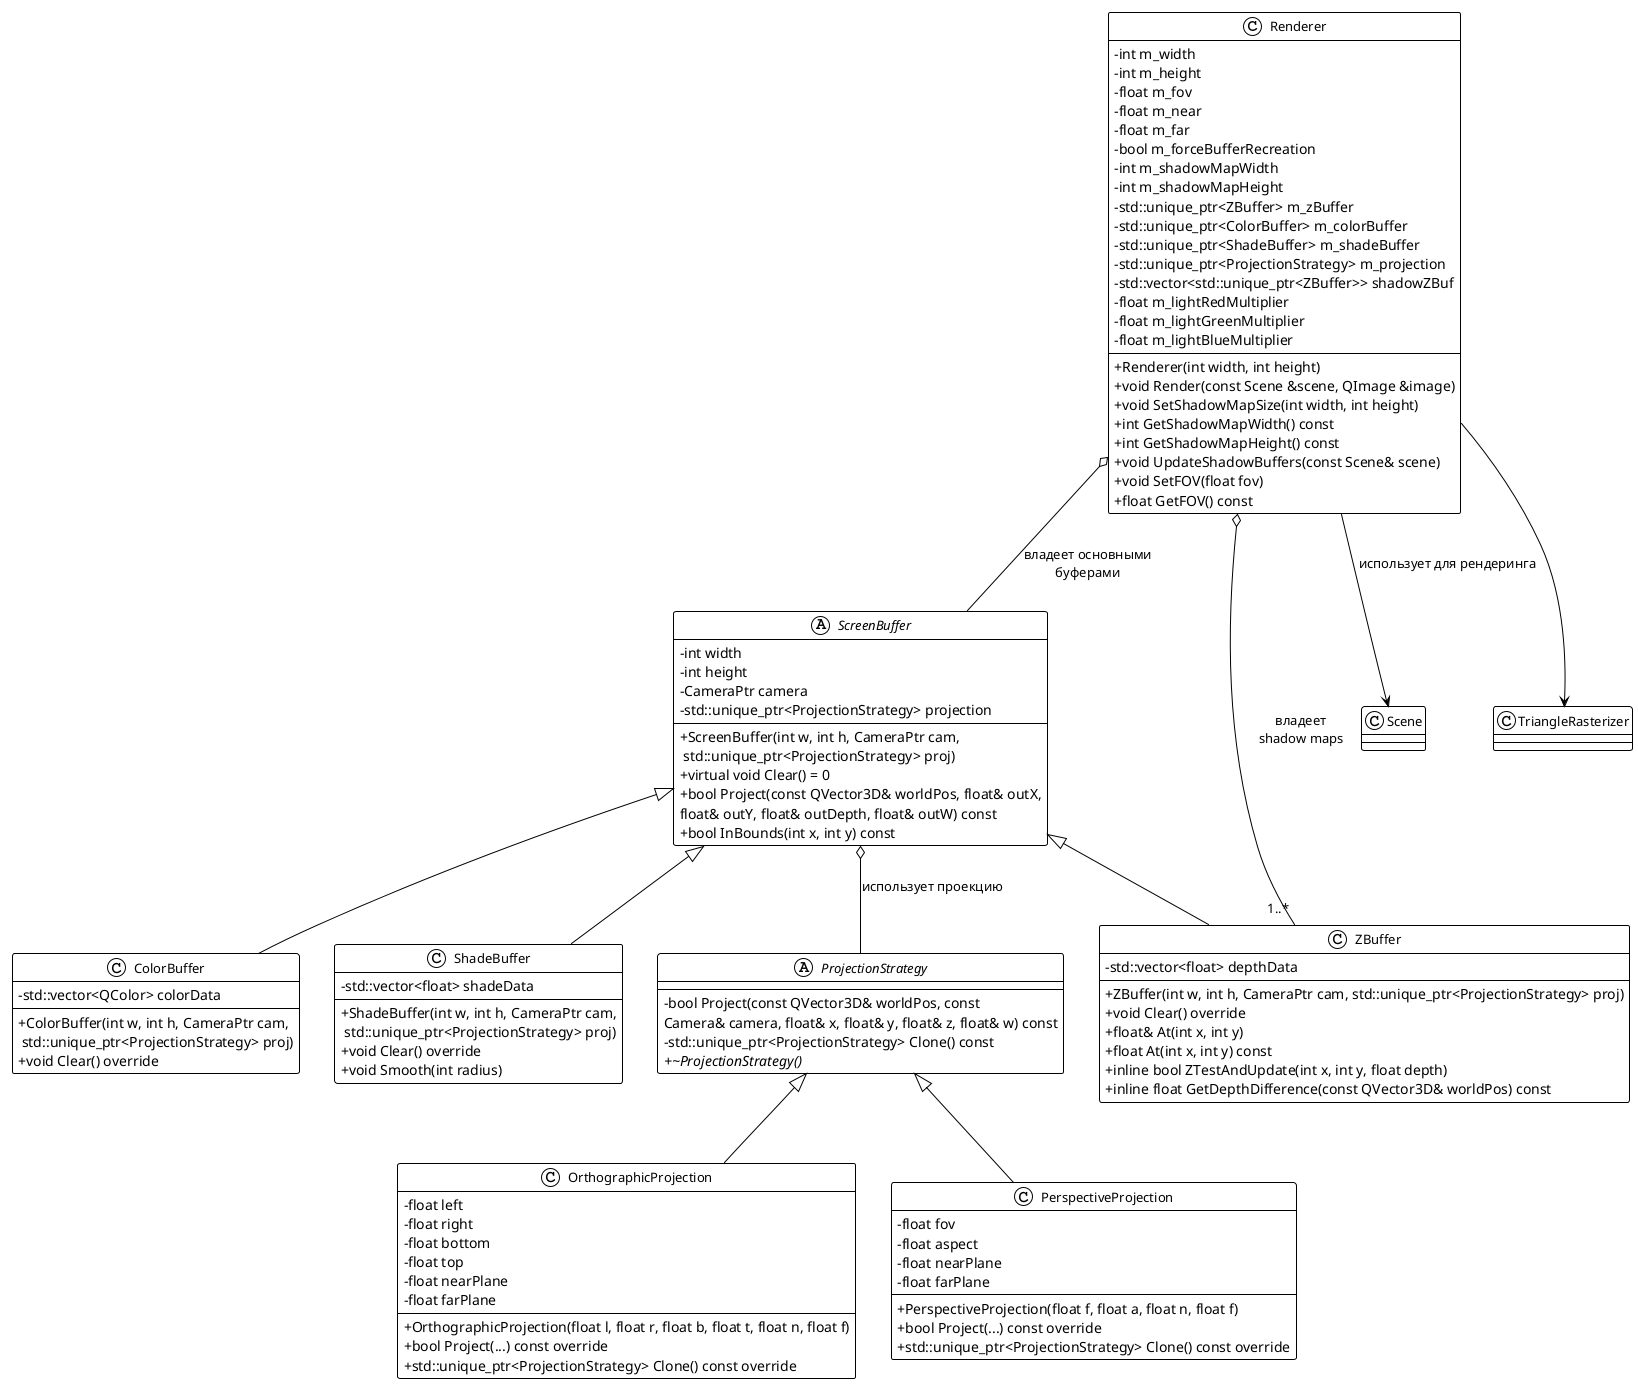
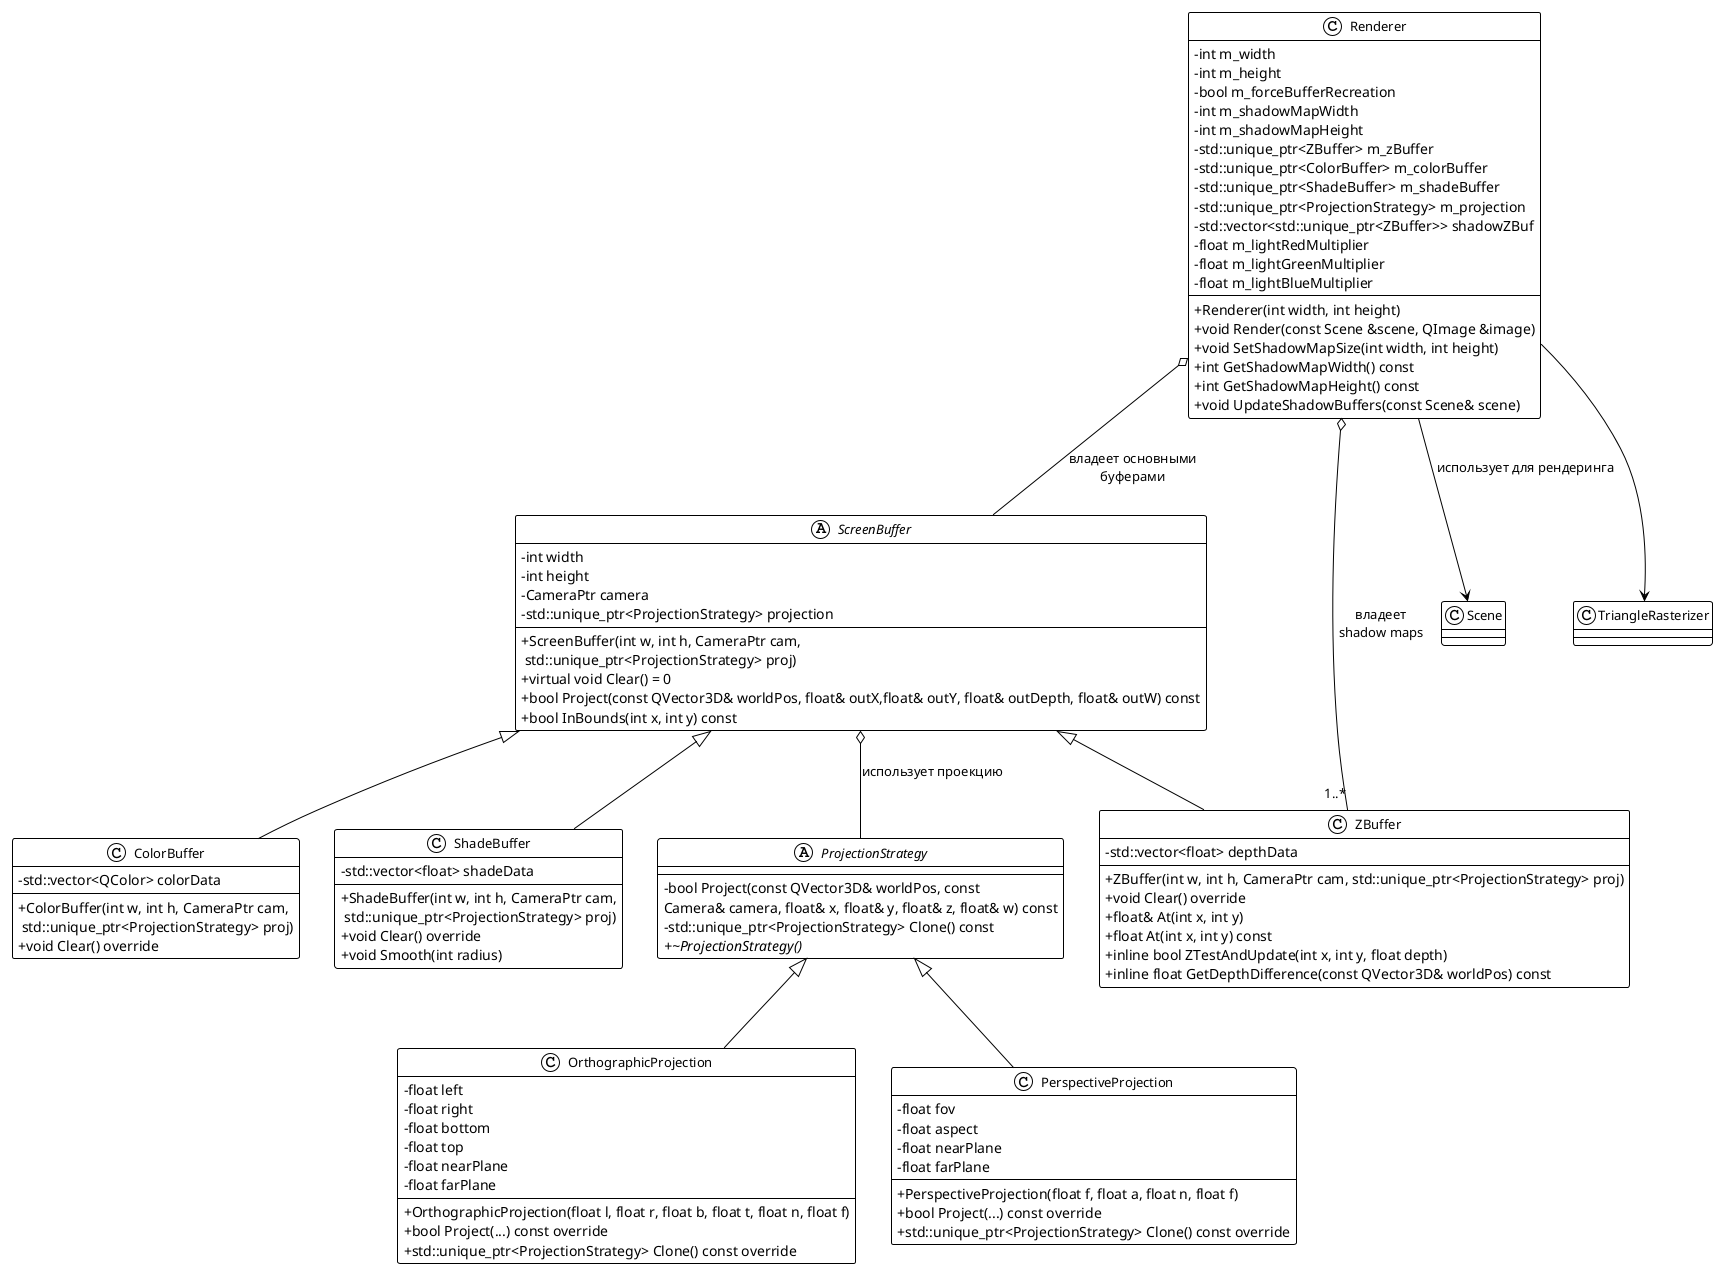
@startuml
!theme plain
skinparam classFontSize 13
skinparam classAttributeIconSize 0

class Renderer {
  -int m_width
  -int m_height
-   -float m_fov
-   -float m_near
-   -float m_far
  -bool m_forceBufferRecreation
  -int m_shadowMapWidth
  -int m_shadowMapHeight
  -std::unique_ptr<ZBuffer> m_zBuffer
  -std::unique_ptr<ColorBuffer> m_colorBuffer
  -std::unique_ptr<ShadeBuffer> m_shadeBuffer
  -std::unique_ptr<ProjectionStrategy> m_projection
  -std::vector<std::unique_ptr<ZBuffer>> shadowZBuf
  -float m_lightRedMultiplier
  -float m_lightGreenMultiplier
  -float m_lightBlueMultiplier
  +Renderer(int width, int height)
  +void Render(const Scene &scene, QImage &image)
  +void SetShadowMapSize(int width, int height)
  +int GetShadowMapWidth() const
  +int GetShadowMapHeight() const
  +void UpdateShadowBuffers(const Scene& scene)
-   +void SetFOV(float fov)
-   +float GetFOV() const
}

abstract class ScreenBuffer {
  -int width
  -int height
  -CameraPtr camera
  -std::unique_ptr<ProjectionStrategy> projection
  +ScreenBuffer(int w, int h, CameraPtr cam,\n std::unique_ptr<ProjectionStrategy> proj)
  +virtual void Clear() = 0
-   +bool Project(const QVector3D& worldPos, float& outX,\nfloat& outY, float& outDepth, float& outW) const
+   +bool Project(const QVector3D& worldPos, float& outX,float& outY, float& outDepth, float& outW) const
  +bool InBounds(int x, int y) const
}

class ZBuffer {
  -std::vector<float> depthData
  +ZBuffer(int w, int h, CameraPtr cam, std::unique_ptr<ProjectionStrategy> proj)
  +void Clear() override
  +float& At(int x, int y)
  +float At(int x, int y) const
  +inline bool ZTestAndUpdate(int x, int y, float depth)
  +inline float GetDepthDifference(const QVector3D& worldPos) const
}

class ColorBuffer {
  -std::vector<QColor> colorData
  +ColorBuffer(int w, int h, CameraPtr cam,\n std::unique_ptr<ProjectionStrategy> proj)
  +void Clear() override
}

class ShadeBuffer {
  -std::vector<float> shadeData
  +ShadeBuffer(int w, int h, CameraPtr cam,\n std::unique_ptr<ProjectionStrategy> proj)
  +void Clear() override
  +void Smooth(int radius)
}

abstract class ProjectionStrategy {
  -bool Project(const QVector3D& worldPos, const\nCamera& camera, float& x, float& y, float& z, float& w) const
  -std::unique_ptr<ProjectionStrategy> Clone() const
  +{abstract} ~ProjectionStrategy()
}

class OrthographicProjection {
  -float left
  -float right
  -float bottom
  -float top
  -float nearPlane
  -float farPlane
  +OrthographicProjection(float l, float r, float b, float t, float n, float f)
  +bool Project(...) const override
  +std::unique_ptr<ProjectionStrategy> Clone() const override
}

class PerspectiveProjection {
  -float fov
  -float aspect
  -float nearPlane
  -float farPlane
  +PerspectiveProjection(float f, float a, float n, float f)
  +bool Project(...) const override
  +std::unique_ptr<ProjectionStrategy> Clone() const override
}

class Scene

Renderer --> Scene : использует для рендеринга
Renderer --> TriangleRasterizer
Renderer o-- ScreenBuffer : владеет основными\nбуферами
Renderer o-- "1..*" ZBuffer : владеет\nshadow maps
ScreenBuffer <|-- ZBuffer
ScreenBuffer <|-- ColorBuffer
ScreenBuffer <|-- ShadeBuffer
ProjectionStrategy <|-- OrthographicProjection
ProjectionStrategy <|-- PerspectiveProjection
ScreenBuffer o-- ProjectionStrategy : использует проекцию
@enduml